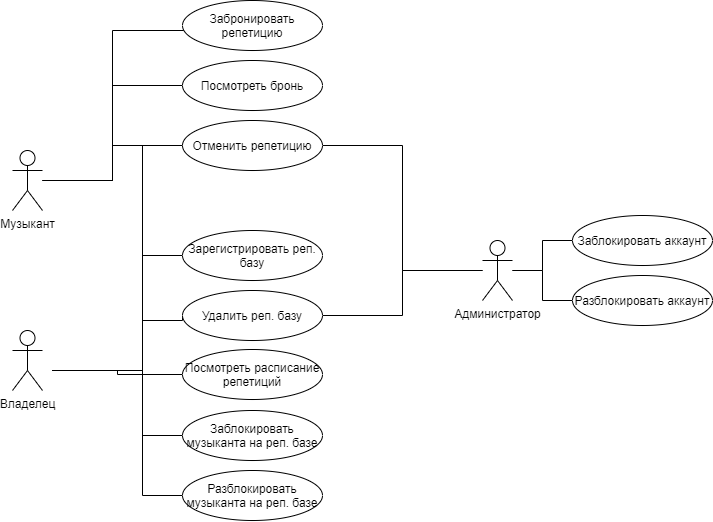
The draw.io diagram docs/Use-Case.png in aavortep/db_course, before a commit. Source tidied: cells renumbered, new cells last; positions are measured from the earlier drawing's top-left corner, leaving out a move shared by most shapes.
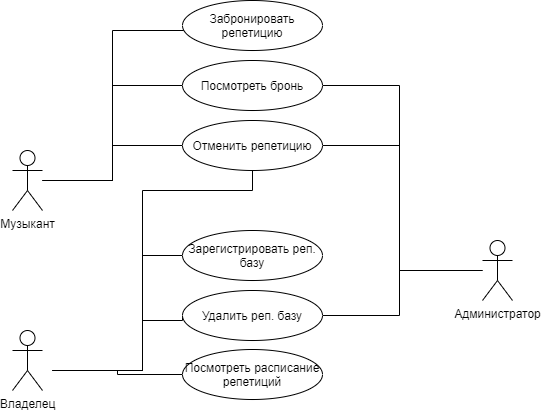
After the change.

Change to the diagram source:
```diff
@@ -19,11 +19,12 @@
     <mxCell id="5" style="edgeStyle=orthogonalEdgeStyle;rounded=0;jettySize=auto;html=1;exitX=0;exitY=0.5;exitDx=0;exitDy=0;endArrow=none;endFill=0;" parent="1" edge="1" source="8" target="3">
       <mxGeometry relative="1" as="geometry" />
     </mxCell>
-    <mxCell id="6" style="edgeStyle=orthogonalEdgeStyle;rounded=0;jettySize=auto;html=1;exitX=0;exitY=0.5;exitDx=0;exitDy=0;endArrow=none;endFill=0;" parent="1" edge="1" source="8">
+    <mxCell id="6" style="edgeStyle=orthogonalEdgeStyle;rounded=0;jettySize=auto;html=1;exitX=0.5;exitY=1;exitDx=0;exitDy=0;endArrow=none;endFill=0;" parent="1" edge="1" source="8">
       <mxGeometry relative="1" as="geometry">
         <mxPoint x="40" y="370" as="targetPoint" />
         <Array as="points">
-          <mxPoint x="130" y="145" />
+          <mxPoint x="240" y="190" />
+          <mxPoint x="130" y="190" />
           <mxPoint x="130" y="370" />
         </Array>
       </mxGeometry>
@@ -32,8 +33,8 @@
       <mxGeometry relative="1" as="geometry">
         <mxPoint x="470" y="270" as="targetPoint" />
         <Array as="points">
-          <mxPoint x="390" y="145" />
-          <mxPoint x="390" y="270" />
+          <mxPoint x="387" y="145" />
+          <mxPoint x="387" y="270" />
         </Array>
       </mxGeometry>
     </mxCell>
@@ -49,6 +50,15 @@
         </Array>
       </mxGeometry>
     </mxCell>
+    <mxCell id="28" style="edgeStyle=orthogonalEdgeStyle;rounded=0;jettySize=auto;html=1;exitX=1;exitY=0.5;exitDx=0;exitDy=0;endArrow=none;endFill=0;" parent="1" edge="1" source="10">
+      <mxGeometry relative="1" as="geometry">
+        <mxPoint x="467" y="270" as="targetPoint" />
+        <Array as="points">
+          <mxPoint x="387" y="85" />
+          <mxPoint x="387" y="270" />
+        </Array>
+      </mxGeometry>
+    </mxCell>
     <mxCell id="10" value="Посмотреть бронь" style="ellipse;whiteSpace=wrap;html=1;" parent="1" vertex="1">
       <mxGeometry x="170" y="60" width="140" height="50" as="geometry" />
     </mxCell>
@@ -83,58 +93,21 @@
       </mxGeometry>
     </mxCell>
     <mxCell id="16" style="edgeStyle=orthogonalEdgeStyle;rounded=0;jettySize=auto;html=1;exitX=1;exitY=0.5;exitDx=0;exitDy=0;endArrow=none;endFill=0;" parent="1" edge="1" source="17" target="23">
-      <mxGeometry relative="1" as="geometry" />
+      <mxGeometry relative="1" as="geometry">
+        <Array as="points">
+          <mxPoint x="387" y="315" />
+          <mxPoint x="387" y="270" />
+        </Array>
+      </mxGeometry>
     </mxCell>
     <mxCell id="17" value="Удалить реп. базу" style="ellipse;whiteSpace=wrap;html=1;" parent="1" vertex="1">
       <mxGeometry x="170" y="290" width="140" height="50" as="geometry" />
     </mxCell>
-    <mxCell id="18" style="edgeStyle=orthogonalEdgeStyle;rounded=0;jettySize=auto;html=1;exitX=0;exitY=0.5;exitDx=0;exitDy=0;endArrow=none;endFill=0;" parent="1" edge="1" source="19">
-      <mxGeometry relative="1" as="geometry">
-        <mxPoint x="40" y="370" as="targetPoint" />
-        <Array as="points">
-          <mxPoint x="130" y="435" />
-          <mxPoint x="130" y="370" />
-        </Array>
-      </mxGeometry>
-    </mxCell>
-    <mxCell id="19" value="Заблокировать музыканта на реп. базе" style="ellipse;whiteSpace=wrap;html=1;" parent="1" vertex="1">
-      <mxGeometry x="170" y="410" width="140" height="50" as="geometry" />
-    </mxCell>
-    <mxCell id="20" style="edgeStyle=orthogonalEdgeStyle;rounded=0;jettySize=auto;html=1;exitX=0;exitY=0.5;exitDx=0;exitDy=0;endArrow=none;endFill=0;" parent="1" edge="1" source="21">
-      <mxGeometry relative="1" as="geometry">
-        <mxPoint x="40" y="370" as="targetPoint" />
-        <Array as="points">
-          <mxPoint x="130" y="495" />
-          <mxPoint x="130" y="370" />
-        </Array>
-      </mxGeometry>
-    </mxCell>
-    <mxCell id="21" value="Разблокировать музыканта на реп. базе" style="ellipse;whiteSpace=wrap;html=1;" parent="1" vertex="1">
-      <mxGeometry x="170" y="470" width="140" height="50" as="geometry" />
-    </mxCell>
     <mxCell id="22" value="Владелец" style="shape=umlActor;verticalLabelPosition=bottom;verticalAlign=top;html=1;" parent="1" vertex="1">
       <mxGeometry y="330" width="30" height="60" as="geometry" />
     </mxCell>
     <mxCell id="23" value="Администратор" style="shape=umlActor;verticalLabelPosition=bottom;verticalAlign=top;html=1;" parent="1" vertex="1">
       <mxGeometry x="470" y="240" width="30" height="60" as="geometry" />
     </mxCell>
-    <mxCell id="24" style="edgeStyle=orthogonalEdgeStyle;rounded=0;jettySize=auto;html=1;exitX=0;exitY=0.5;exitDx=0;exitDy=0;endArrow=none;endFill=0;" parent="1" edge="1" source="25" target="23">
-      <mxGeometry relative="1" as="geometry" />
-    </mxCell>
-    <mxCell id="25" value="Заблокировать аккаунт" style="ellipse;whiteSpace=wrap;html=1;" parent="1" vertex="1">
-      <mxGeometry x="560" y="215" width="140" height="50" as="geometry" />
-    </mxCell>
-    <mxCell id="26" style="edgeStyle=orthogonalEdgeStyle;rounded=0;jettySize=auto;html=1;exitX=0;exitY=0.5;exitDx=0;exitDy=0;endArrow=none;endFill=0;" parent="1" edge="1" source="27">
-      <mxGeometry relative="1" as="geometry">
-        <mxPoint x="500" y="270" as="targetPoint" />
-        <Array as="points">
-          <mxPoint x="530" y="300" />
-          <mxPoint x="530" y="270" />
-        </Array>
-      </mxGeometry>
-    </mxCell>
-    <mxCell id="27" value="Разблокировать аккаунт" style="ellipse;whiteSpace=wrap;html=1;" parent="1" vertex="1">
-      <mxGeometry x="560" y="275" width="140" height="50" as="geometry" />
-    </mxCell>
   </root>
 </mxGraphModel>
```
